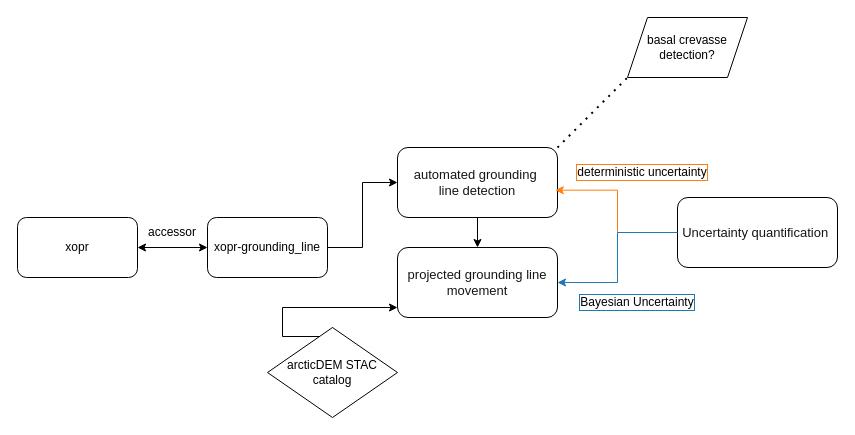
The draw.io diagram Copy of xopr-grounding_line.drawio in shahinmg/xopr_testing, before the edit. Source tidied: cells renumbered, new cells numbered last; positions are measured from the earlier drawing's top-left corner, leaving out a move shared by most shapes. Both pictures are drawn from the tidied source at 100%, with x=0, y=0 at pixel (17, 17).
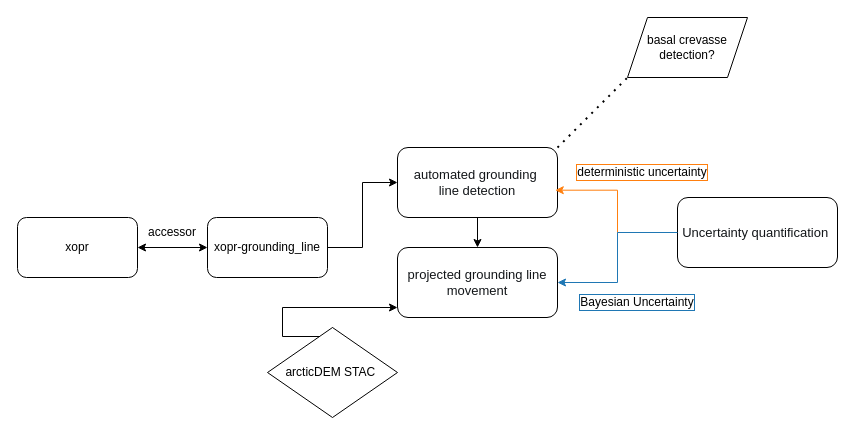
The same diagram, later.

Change to the diagram source:
```diff
@@
-    <mxCell id="11" value="arcticDEM STAC catalog" style="rhombus;whiteSpace=wrap;html=1;" parent="1" vertex="1">
+    <mxCell id="11" value="arcticDEM STAC&amp;nbsp;" style="rhombus;whiteSpace=wrap;html=1;" parent="1" vertex="1">
       <mxGeometry x="250" y="310" width="130" height="90" as="geometry" />
     </mxCell>
```
